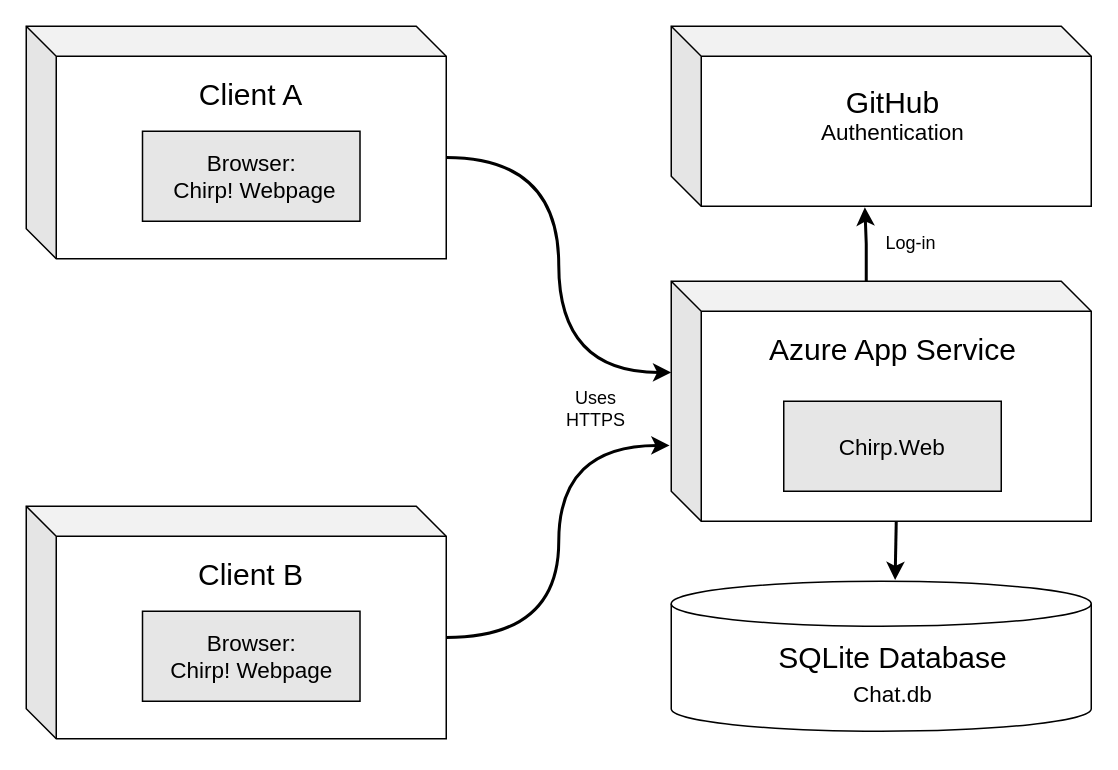
Before: docs/diagrams/DeploymentDiagram.drawio in 21Philip/devops-minitwit, a draw.io diagram. Source tidied: cells renumbered, new cells numbered last; positions are measured from the earlier drawing's top-left corner, leaving out a move shared by most shapes. Both pictures are drawn from the tidied source at 150%, with x=0, y=0 at pixel (26, 26).
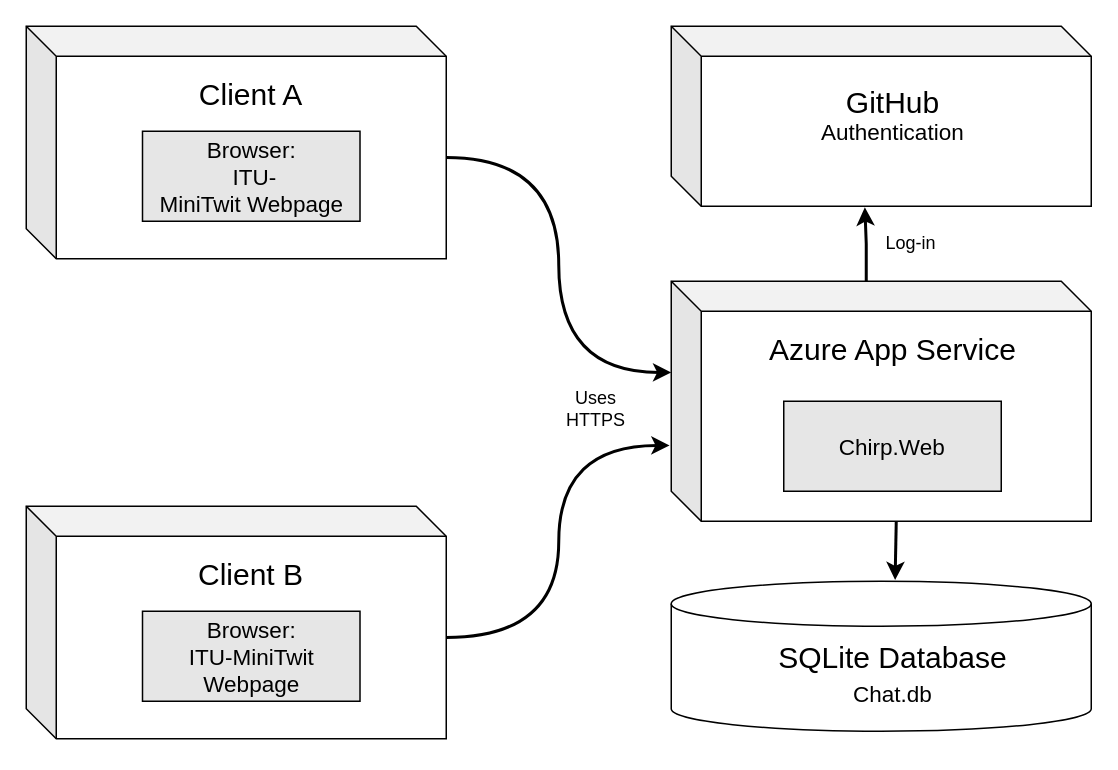
The same diagram, later.

Commit message (it also covers changes not shown here):
Changed title to ITU-MiniTwit on timeline pages

What changed in the source:
```diff
@@
-    <mxCell id="5" value="&lt;font color=&quot;#000000&quot; style=&quot;font-size: 15px;&quot;&gt;Browser:&lt;/font&gt;&lt;div&gt;&lt;font color=&quot;#000000&quot; style=&quot;font-size: 15px;&quot;&gt;&amp;nbsp;Chirp!&amp;nbsp;&lt;/font&gt;&lt;span style=&quot;font-size: 15px; color: rgb(0, 0, 0); background-color: initial;&quot;&gt;Webpage&lt;/span&gt;&lt;/div&gt;" style="rounded=0;whiteSpace=wrap;html=1;fillColor=#E6E6E6;strokeColor=#000000;" parent="1" vertex="1">
+    <mxCell id="5" value="&lt;font color=&quot;#000000&quot; style=&quot;font-size: 15px;&quot;&gt;Browser:&lt;/font&gt;&lt;div&gt;&lt;font color=&quot;#000000&quot; style=&quot;font-size: 15px;&quot;&gt;&amp;nbsp;ITU-MiniTwit&amp;nbsp;&lt;/font&gt;&lt;span style=&quot;font-size: 15px; color: rgb(0, 0, 0); background-color: initial;&quot;&gt;Webpage&lt;/span&gt;&lt;/div&gt;" style="rounded=0;whiteSpace=wrap;html=1;fillColor=#E6E6E6;strokeColor=#000000;" parent="1" vertex="1">
       <mxGeometry x="77.5" y="70" width="145" height="60" as="geometry" />
     </mxCell>
@@
-    <mxCell id="8" value="&lt;font color=&quot;#000000&quot; style=&quot;font-size: 15px;&quot;&gt;Browser:&lt;/font&gt;&lt;div&gt;&lt;font color=&quot;#000000&quot; style=&quot;font-size: 15px;&quot;&gt;Chirp! Webpage&lt;/font&gt;&lt;/div&gt;" style="rounded=0;whiteSpace=wrap;html=1;fillColor=#E6E6E6;strokeColor=#000000;" parent="1" vertex="1">
+    <mxCell id="8" value="&lt;font color=&quot;#000000&quot; style=&quot;font-size: 15px;&quot;&gt;Browser:&lt;/font&gt;&lt;div&gt;&lt;font color=&quot;#000000&quot; style=&quot;font-size: 15px;&quot;&gt;ITU-MiniTwit Webpage&lt;/font&gt;&lt;/div&gt;" style="rounded=0;whiteSpace=wrap;html=1;fillColor=#E6E6E6;strokeColor=#000000;" parent="1" vertex="1">
       <mxGeometry x="77.5" y="390" width="145" height="60" as="geometry" />
     </mxCell>
```
